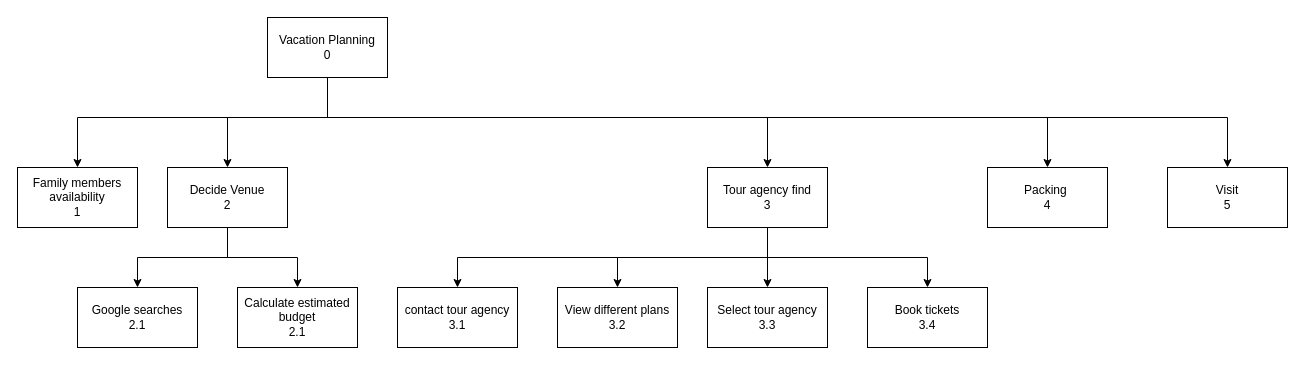
HaseebSheikh417/haseebsheikh417 keeps this draw.io diagram as hci.drawio. Above is the earlier version. Source tidied: cells renumbered, new cells numbered last; positions are measured from the earlier drawing's top-left corner, leaving out a move shared by most shapes. Both pictures are drawn from the tidied source at 100%, with x=0, y=0 at pixel (17, 17).
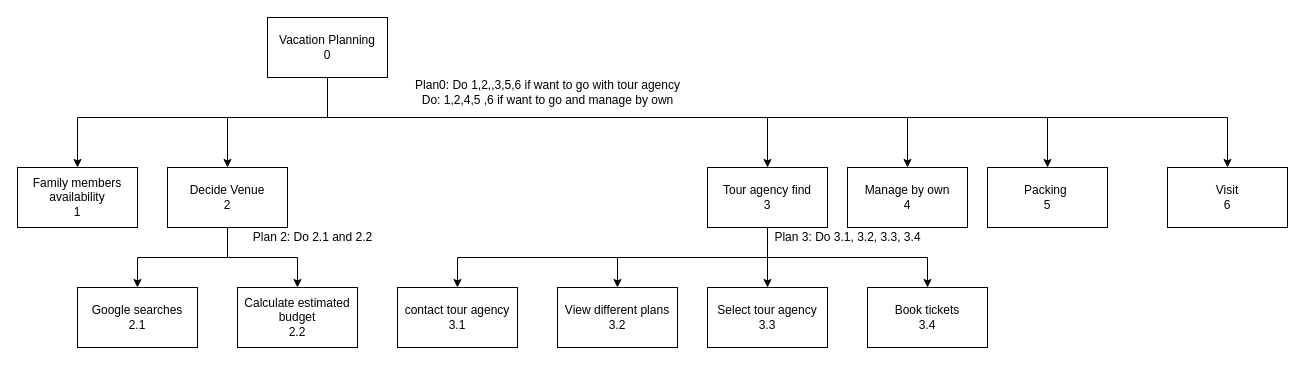
Above is the later version.

Unchanged cells that the change refers to:
```xml
<mxCell id="7" value="Vacation Planning&lt;br&gt;0" style="rounded=0;whiteSpace=wrap;html=1;" parent="1" vertex="1">
  <mxGeometry x="250" width="120" height="60" as="geometry" />
</mxCell>
```

What changed in the source:
```diff
@@
+    <mxCell id="25" style="edgeStyle=orthogonalEdgeStyle;rounded=0;jettySize=auto;html=1;" parent="1" edge="1" source="7" target="29">
+      <mxGeometry relative="1" as="geometry">
+        <Array as="points">
+          <mxPoint x="310" y="100" />
+          <mxPoint x="890" y="100" />
+        </Array>
+      </mxGeometry>
+    </mxCell>
@@
-    <mxCell id="18" value="Calculate estimated budget&lt;br&gt;2.1" style="rounded=0;whiteSpace=wrap;html=1;" parent="1" vertex="1">
+    <mxCell id="18" value="Calculate estimated budget&lt;br&gt;2.2" style="rounded=0;whiteSpace=wrap;html=1;" parent="1" vertex="1">
       <mxGeometry x="220" y="270" width="120" height="60" as="geometry" />
     </mxCell>
@@
-    <mxCell id="23" value="Packing&amp;nbsp;&lt;br&gt;4" style="rounded=0;whiteSpace=wrap;html=1;" parent="1" vertex="1">
+    <mxCell id="23" value="Packing&amp;nbsp;&lt;br&gt;5" style="rounded=0;whiteSpace=wrap;html=1;" parent="1" vertex="1">
       <mxGeometry x="970" y="150" width="120" height="60" as="geometry" />
     </mxCell>
-    <mxCell id="24" value="Visit&lt;br&gt;5" style="rounded=0;whiteSpace=wrap;html=1;" parent="1" vertex="1">
+    <mxCell id="24" value="Visit&lt;br&gt;6" style="rounded=0;whiteSpace=wrap;html=1;" parent="1" vertex="1">
       <mxGeometry x="1150" y="150" width="120" height="60" as="geometry" />
     </mxCell>
+    <mxCell id="26" value="Plan0: Do 1,2,,3,5,6 if want to go with tour agency&lt;br&gt;Do: 1,2,4,5 ,6 if want to go and manage by own" style="text;html=1;align=center;verticalAlign=middle;" parent="1" vertex="1">
+      <mxGeometry x="390" y="60" width="280" height="30" as="geometry" />
+    </mxCell>
+    <mxCell id="27" value="Plan 2: Do 2.1 and 2.2" style="text;html=1;align=center;verticalAlign=middle;" parent="1" vertex="1">
+      <mxGeometry x="230" y="210" width="130" height="20" as="geometry" />
+    </mxCell>
+    <mxCell id="28" value="Plan 3: Do 3.1, 3.2, 3.3, 3.4" style="text;html=1;align=center;verticalAlign=middle;" parent="1" vertex="1">
+      <mxGeometry x="750" y="210" width="160" height="20" as="geometry" />
+    </mxCell>
+    <mxCell id="29" value="Manage by own&lt;br&gt;4" style="rounded=0;whiteSpace=wrap;html=1;" parent="1" vertex="1">
+      <mxGeometry x="830" y="150" width="120" height="60" as="geometry" />
+    </mxCell>
```
